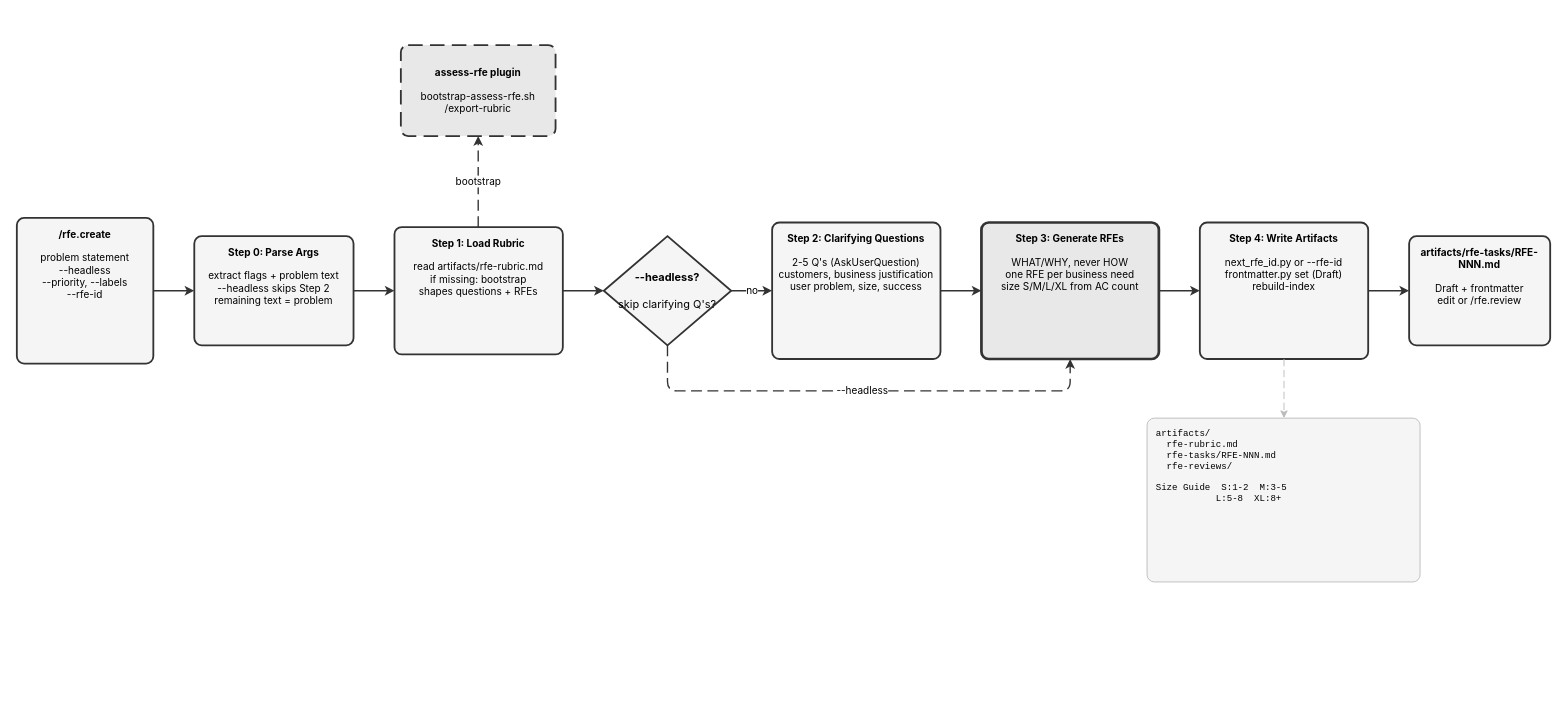
Earlier version of the draw.io diagram site/docs/plugins/rfe-creator/rfe.create.drawio (fege/skills-registry). Source tidied: cells renumbered, new cells numbered last; positions are measured from the earlier drawing's top-left corner, leaving out a move shared by most shapes. Both pictures are drawn from the tidied source at 91%, with x=0, y=0 at pixel (16, 45).
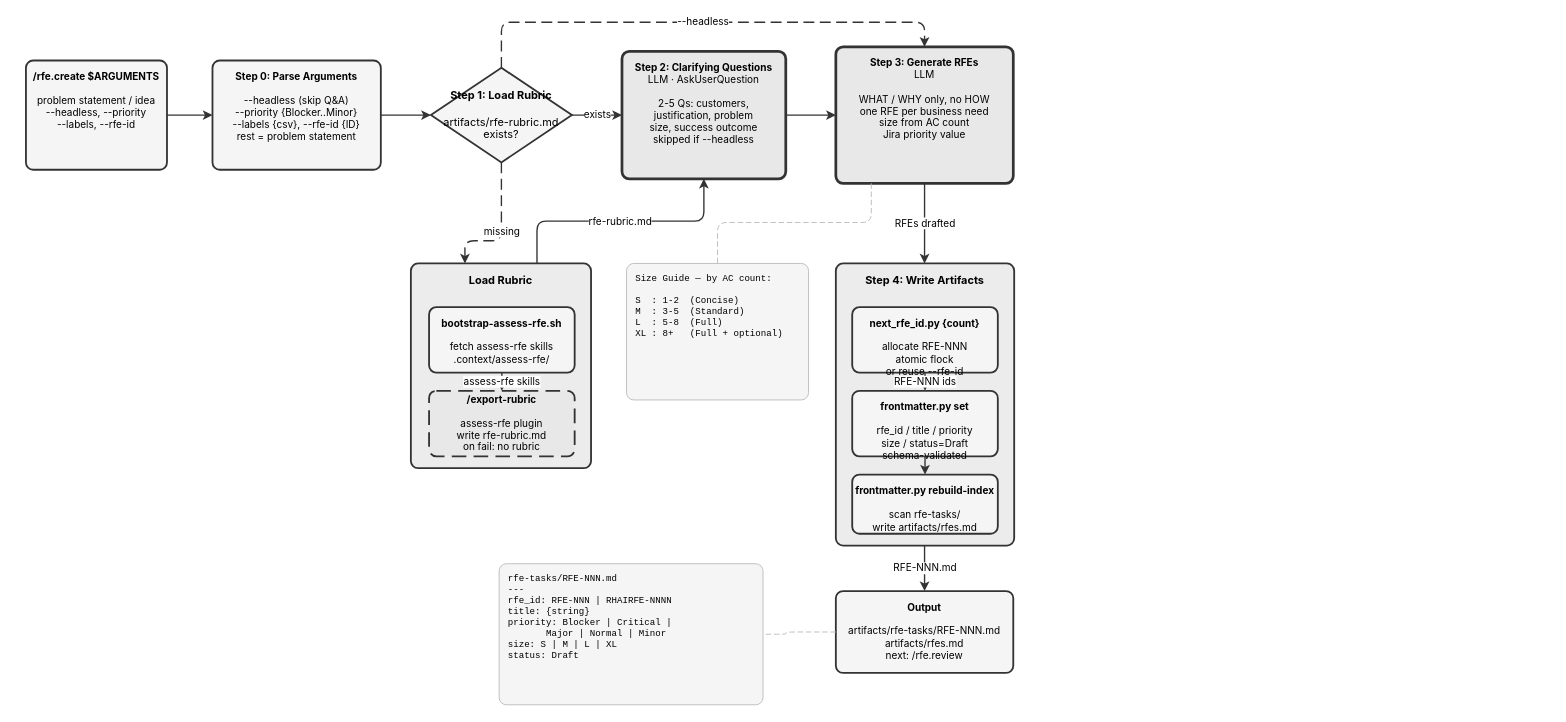
After the change.

Diff of the diagram source:
```diff
@@
-    <mxCell id="2" value="&lt;b&gt;/rfe.create&lt;/b&gt;&lt;br&gt;&lt;br&gt;problem statement&lt;br&gt;--headless&lt;br&gt;--priority, --labels&lt;br&gt;--rfe-id" style="rounded=1;whiteSpace=wrap;html=1;fillColor=#f5f5f5;strokeColor=#333333;strokeWidth=2;verticalAlign=top;spacingTop=5;fontSize=11;fontFamily=Inter,Helvetica,Arial,sans-serif;arcSize=16;absoluteArcSize=1;" parent="1" vertex="1">
-      <mxGeometry y="190" width="150" height="160" as="geometry" />
+    <mxCell id="2" value="&lt;b&gt;/rfe.create $ARGUMENTS&lt;/b&gt;&lt;br&gt;&lt;br&gt;problem statement / idea&lt;br&gt;--headless, --priority&lt;br&gt;--labels, --rfe-id" style="rounded=1;whiteSpace=wrap;html=1;fillColor=#f5f5f5;strokeColor=#333333;strokeWidth=2;verticalAlign=top;spacingTop=5;fontSize=11;fontFamily=Inter,Helvetica,Arial,sans-serif;arcSize=16;absoluteArcSize=1;" parent="1" vertex="1">
+      <mxGeometry x="10" y="17" width="155" height="120" as="geometry" />
     </mxCell>
-    <mxCell id="3" value="&lt;b&gt;Step 0: Parse Args&lt;/b&gt;&lt;br&gt;&lt;br&gt;extract flags + problem text&lt;br&gt;--headless skips Step 2&lt;br&gt;remaining text = problem" style="rounded=1;whiteSpace=wrap;html=1;fillColor=#f5f5f5;strokeColor=#333333;strokeWidth=2;verticalAlign=top;spacingTop=5;fontSize=11;fontFamily=Inter,Helvetica,Arial,sans-serif;arcSize=16;absoluteArcSize=1;" parent="1" vertex="1">
-      <mxGeometry x="195" y="210" width="175" height="120" as="geometry" />
-    </mxCell>
-    <mxCell id="4" value="&lt;b&gt;assess-rfe plugin&lt;/b&gt;&lt;br&gt;&lt;br&gt;bootstrap-assess-rfe.sh&lt;br&gt;/export-rubric" style="rounded=1;whiteSpace=wrap;html=1;fillColor=#e8e8e8;strokeColor=#333333;strokeWidth=2;dashed=1;dashPattern=8 4;verticalAlign=middle;fontSize=11;fontFamily=Inter,Helvetica,Arial,sans-serif;arcSize=16;absoluteArcSize=1;" parent="1" vertex="1">
-      <mxGeometry x="422" width="170" height="100" as="geometry" />
-    </mxCell>
-    <mxCell id="5" value="&lt;b&gt;Step 1: Load Rubric&lt;/b&gt;&lt;br&gt;&lt;br&gt;read artifacts/rfe-rubric.md&lt;br&gt;if missing: bootstrap&lt;br&gt;shapes questions + RFEs" style="rounded=1;whiteSpace=wrap;html=1;fillColor=#f5f5f5;strokeColor=#333333;strokeWidth=2;verticalAlign=top;spacingTop=5;fontSize=11;fontFamily=Inter,Helvetica,Arial,sans-serif;arcSize=16;absoluteArcSize=1;" parent="1" vertex="1">
-      <mxGeometry x="415" y="200" width="185" height="140" as="geometry" />
-    </mxCell>
-    <mxCell id="6" value="&lt;b&gt;--headless?&lt;/b&gt;&lt;br&gt;&lt;br&gt;skip clarifying Q's?" style="rhombus;whiteSpace=wrap;html=1;fillColor=#f5f5f5;strokeColor=#333333;strokeWidth=2;fontSize=12;fontFamily=Inter,Helvetica,Arial,sans-serif;" parent="1" vertex="1">
-      <mxGeometry x="645" y="210" width="140" height="120" as="geometry" />
-    </mxCell>
+    <mxCell id="22" value="&lt;b&gt;Step 0: Parse Arguments&lt;/b&gt;&lt;br&gt;&lt;br&gt;--headless (skip Q&amp;A)&lt;br&gt;--priority {Blocker..Minor}&lt;br&gt;--labels {csv}, --rfe-id {ID}&lt;br&gt;rest = problem statement" style="rounded=1;whiteSpace=wrap;html=1;fillColor=#f5f5f5;strokeColor=#333333;strokeWidth=2;verticalAlign=top;spacingTop=5;fontSize=11;fontFamily=Inter,Helvetica,Arial,sans-serif;arcSize=16;absoluteArcSize=1;" parent="1" vertex="1">
+      <mxGeometry x="215" y="17" width="185" height="120" as="geometry" />
+    </mxCell>
+    <mxCell id="23" value="&lt;b&gt;Step 1: Load Rubric&lt;/b&gt;&lt;br&gt;&lt;br&gt;artifacts/rfe-rubric.md&lt;br&gt;exists?" style="rhombus;whiteSpace=wrap;html=1;fillColor=#f5f5f5;strokeColor=#333333;strokeWidth=2;fontSize=12;fontFamily=Inter,Helvetica,Arial,sans-serif;" parent="1" vertex="1">
+      <mxGeometry x="455" y="25" width="155" height="104" as="geometry" />
+    </mxCell>
+    <mxCell id="24" value="&lt;b&gt;Load Rubric&lt;/b&gt;" style="rounded=1;whiteSpace=wrap;html=1;fillColor=#ececec;strokeColor=#333333;strokeWidth=2;verticalAlign=top;spacingTop=5;fontSize=12;fontStyle=1;fontFamily=Inter,Helvetica,Arial,sans-serif;arcSize=16;absoluteArcSize=1;" parent="1" vertex="1">
+      <mxGeometry x="433" y="240" width="198" height="225" as="geometry" />
+    </mxCell>
+    <mxCell id="25" value="&lt;b&gt;bootstrap-assess-rfe.sh&lt;/b&gt;&lt;br&gt;&lt;br&gt;fetch assess-rfe skills&lt;br&gt;.context/assess-rfe/" style="rounded=1;whiteSpace=wrap;html=1;fillColor=#f5f5f5;strokeColor=#333333;strokeWidth=2;verticalAlign=top;spacingTop=5;fontSize=11;fontFamily=Inter,Helvetica,Arial,sans-serif;arcSize=16;absoluteArcSize=1;" parent="24" vertex="1">
+      <mxGeometry x="20" y="48" width="160" height="72" as="geometry" />
+    </mxCell>
+    <mxCell id="26" value="&lt;b&gt;/export-rubric&lt;/b&gt;&lt;br&gt;&lt;br&gt;assess-rfe plugin&lt;br&gt;write rfe-rubric.md&lt;br&gt;on fail: no rubric" style="rounded=1;whiteSpace=wrap;html=1;fillColor=#e8e8e8;strokeColor=#333333;strokeWidth=2;dashed=1;dashPattern=8 4;verticalAlign=middle;fontSize=11;fontFamily=Inter,Helvetica,Arial,sans-serif;arcSize=16;absoluteArcSize=1;" parent="24" vertex="1">
+      <mxGeometry x="20" y="140" width="160" height="72" as="geometry" />
+    </mxCell>
-    <mxCell id="7" value="&lt;b&gt;Step 2: Clarifying Questions&lt;/b&gt;&lt;br&gt;&lt;br&gt;2-5 Q's (AskUserQuestion)&lt;br&gt;customers, business justification&lt;br&gt;user problem, size, success" style="rounded=1;whiteSpace=wrap;html=1;fillColor=#f5f5f5;strokeColor=#333333;strokeWidth=2;verticalAlign=top;spacingTop=5;fontSize=11;fontFamily=Inter,Helvetica,Arial,sans-serif;arcSize=16;absoluteArcSize=1;" parent="1" vertex="1">
-      <mxGeometry x="830" y="195" width="185" height="150" as="geometry" />
+    <mxCell id="7" value="&lt;b&gt;Step 2: Clarifying Questions&lt;/b&gt;&lt;br&gt;LLM · AskUserQuestion&lt;br&gt;&lt;br&gt;2-5 Qs: customers,&lt;br&gt;justification, problem&lt;br&gt;size, success outcome&lt;br&gt;skipped if --headless" style="rounded=1;whiteSpace=wrap;html=1;fillColor=#e8e8e8;strokeColor=#333333;strokeWidth=3;verticalAlign=top;spacingTop=5;fontSize=11;fontFamily=Inter,Helvetica,Arial,sans-serif;double=1;arcSize=16;absoluteArcSize=1;" parent="1" vertex="1">
+      <mxGeometry x="665" y="7" width="180" height="140" as="geometry" />
     </mxCell>
-    <mxCell id="8" value="&lt;b&gt;Step 3: Generate RFEs&lt;/b&gt;&lt;br&gt;&lt;br&gt;WHAT/WHY, never HOW&lt;br&gt;one RFE per business need&lt;br&gt;size S/M/L/XL from AC count" style="rounded=1;whiteSpace=wrap;html=1;fillColor=#e8e8e8;strokeColor=#333333;strokeWidth=3;verticalAlign=top;spacingTop=5;fontSize=11;fontFamily=Inter,Helvetica,Arial,sans-serif;double=1;arcSize=16;absoluteArcSize=1;" parent="1" vertex="1">
-      <mxGeometry x="1060" y="195" width="195" height="150" as="geometry" />
+    <mxCell id="8" value="&lt;b&gt;Step 3: Generate RFEs&lt;/b&gt;&lt;br&gt;LLM&lt;br&gt;&lt;br&gt;WHAT / WHY only, no HOW&lt;br&gt;one RFE per business need&lt;br&gt;size from AC count&lt;br&gt;Jira priority value" style="rounded=1;whiteSpace=wrap;html=1;fillColor=#e8e8e8;strokeColor=#333333;strokeWidth=3;verticalAlign=top;spacingTop=5;fontSize=11;fontFamily=Inter,Helvetica,Arial,sans-serif;double=1;arcSize=16;absoluteArcSize=1;" parent="1" vertex="1">
+      <mxGeometry x="900" y="2" width="195" height="150" as="geometry" />
     </mxCell>
-    <mxCell id="9" value="&lt;b&gt;Step 4: Write Artifacts&lt;/b&gt;&lt;br&gt;&lt;br&gt;next_rfe_id.py or --rfe-id&lt;br&gt;frontmatter.py set (Draft)&lt;br&gt;rebuild-index" style="rounded=1;whiteSpace=wrap;html=1;fillColor=#f5f5f5;strokeColor=#333333;strokeWidth=2;verticalAlign=top;spacingTop=5;fontSize=11;fontFamily=Inter,Helvetica,Arial,sans-serif;arcSize=16;absoluteArcSize=1;" parent="1" vertex="1">
-      <mxGeometry x="1300" y="195" width="185" height="150" as="geometry" />
-    </mxCell>
-    <mxCell id="10" value="&lt;b&gt;artifacts/rfe-tasks/RFE-NNN.md&lt;/b&gt;&lt;br&gt;&lt;br&gt;Draft + frontmatter&lt;br&gt;edit or /rfe.review" style="rounded=1;whiteSpace=wrap;html=1;fillColor=#f5f5f5;strokeColor=#333333;strokeWidth=2;verticalAlign=top;spacingTop=5;fontSize=11;fontFamily=Inter,Helvetica,Arial,sans-serif;arcSize=16;absoluteArcSize=1;" parent="1" vertex="1">
-      <mxGeometry x="1530" y="210" width="155" height="120" as="geometry" />
-    </mxCell>
-    <mxCell id="11" value="artifacts/&lt;br&gt;&amp;nbsp;&amp;nbsp;rfe-rubric.md&lt;br&gt;&amp;nbsp;&amp;nbsp;rfe-tasks/RFE-NNN.md&lt;br&gt;&amp;nbsp;&amp;nbsp;rfe-reviews/&lt;br&gt;&lt;br&gt;Size Guide&amp;nbsp;&amp;nbsp;S:1-2&amp;nbsp;&amp;nbsp;M:3-5&lt;br&gt;&amp;nbsp;&amp;nbsp;&amp;nbsp;&amp;nbsp;&amp;nbsp;&amp;nbsp;&amp;nbsp;&amp;nbsp;&amp;nbsp;&amp;nbsp;&amp;nbsp;L:5-8&amp;nbsp;&amp;nbsp;XL:8+" style="rounded=1;whiteSpace=wrap;html=1;fillColor=#f5f5f5;strokeColor=#bbbbbb;strokeWidth=1;verticalAlign=top;spacingTop=5;align=left;spacingLeft=8;fontSize=10;fontFamily=JetBrains Mono,Courier New,monospace;arcSize=16;absoluteArcSize=1;" parent="1" vertex="1">
-      <mxGeometry x="1242" y="410" width="300" height="180" as="geometry" />
-    </mxCell>
-    <mxCell id="12" style="edgeStyle=orthogonalEdgeStyle;rounded=1;strokeColor=#333333;strokeWidth=1.5;html=1;fontFamily=Inter,Helvetica,Arial,sans-serif;exitX=1.0;exitY=0.5;exitDx=0;exitDy=0;entryX=0.0;entryY=0.5;entryDx=0;entryDy=0;" parent="1" edge="1" source="2" target="3">
-      <mxGeometry relative="1" as="geometry" />
-    </mxCell>
-    <mxCell id="13" style="edgeStyle=orthogonalEdgeStyle;rounded=1;strokeColor=#333333;strokeWidth=1.5;html=1;fontFamily=Inter,Helvetica,Arial,sans-serif;exitX=1.0;exitY=0.5;exitDx=0;exitDy=0;entryX=0.0;entryY=0.5;entryDx=0;entryDy=0;" parent="1" edge="1" source="3" target="5">
-      <mxGeometry relative="1" as="geometry" />
-    </mxCell>
-    <mxCell id="14" value="bootstrap" style="edgeStyle=orthogonalEdgeStyle;rounded=1;strokeColor=#333333;strokeWidth=1.5;html=1;fontFamily=Inter,Helvetica,Arial,sans-serif;dashed=1;dashPattern=8 4;exitX=0.4972972972972973;exitY=0;exitDx=0;exitDy=0;entryX=0.5;entryY=1;entryDx=0;entryDy=0;" parent="1" edge="1" source="5" target="4">
-      <mxGeometry relative="1" as="geometry" />
-    </mxCell>
-    <mxCell id="15" style="edgeStyle=orthogonalEdgeStyle;rounded=1;strokeColor=#333333;strokeWidth=1.5;html=1;fontFamily=Inter,Helvetica,Arial,sans-serif;exitX=1.0;exitY=0.5;exitDx=0;exitDy=0;entryX=0.0;entryY=0.5;entryDx=0;entryDy=0;" parent="1" edge="1" source="5" target="6">
-      <mxGeometry relative="1" as="geometry" />
-    </mxCell>
-    <mxCell id="16" value="no" style="edgeStyle=orthogonalEdgeStyle;rounded=1;strokeColor=#333333;strokeWidth=1.5;html=1;fontFamily=Inter,Helvetica,Arial,sans-serif;exitX=1.0;exitY=0.5;exitDx=0;exitDy=0;entryX=0.0;entryY=0.5;entryDx=0;entryDy=0;" parent="1" edge="1" source="6" target="7">
-      <mxGeometry relative="1" as="geometry" />
-    </mxCell>
+    <mxCell id="27" value="&lt;b&gt;Step 4: Write Artifacts&lt;/b&gt;" style="rounded=1;whiteSpace=wrap;html=1;fillColor=#ececec;strokeColor=#333333;strokeWidth=2;verticalAlign=top;spacingTop=5;fontSize=12;fontStyle=1;fontFamily=Inter,Helvetica,Arial,sans-serif;arcSize=16;absoluteArcSize=1;" parent="1" vertex="1">
+      <mxGeometry x="900" y="240" width="196" height="310" as="geometry" />
+    </mxCell>
+    <mxCell id="28" value="&lt;b&gt;next_rfe_id.py {count}&lt;/b&gt;&lt;br&gt;&lt;br&gt;allocate RFE-NNN&lt;br&gt;atomic flock&lt;br&gt;or reuse --rfe-id" style="rounded=1;whiteSpace=wrap;html=1;fillColor=#f5f5f5;strokeColor=#333333;strokeWidth=2;verticalAlign=top;spacingTop=5;fontSize=11;fontFamily=Inter,Helvetica,Arial,sans-serif;arcSize=16;absoluteArcSize=1;" parent="27" vertex="1">
+      <mxGeometry x="18" y="48" width="160" height="72" as="geometry" />
+    </mxCell>
+    <mxCell id="29" value="&lt;b&gt;frontmatter.py set&lt;/b&gt;&lt;br&gt;&lt;br&gt;rfe_id / title / priority&lt;br&gt;size / status=Draft&lt;br&gt;schema-validated" style="rounded=1;whiteSpace=wrap;html=1;fillColor=#f5f5f5;strokeColor=#333333;strokeWidth=2;verticalAlign=top;spacingTop=5;fontSize=11;fontFamily=Inter,Helvetica,Arial,sans-serif;arcSize=16;absoluteArcSize=1;" parent="27" vertex="1">
+      <mxGeometry x="18" y="140" width="160" height="72" as="geometry" />
+    </mxCell>
+    <mxCell id="30" value="&lt;b&gt;frontmatter.py rebuild-index&lt;/b&gt;&lt;br&gt;&lt;br&gt;scan rfe-tasks/&lt;br&gt;write artifacts/rfes.md" style="rounded=1;whiteSpace=wrap;html=1;fillColor=#f5f5f5;strokeColor=#333333;strokeWidth=2;verticalAlign=top;spacingTop=5;fontSize=11;fontFamily=Inter,Helvetica,Arial,sans-serif;arcSize=16;absoluteArcSize=1;" parent="27" vertex="1">
+      <mxGeometry x="18" y="232" width="160" height="65" as="geometry" />
+    </mxCell>
+    <mxCell id="31" value="&lt;b&gt;Output&lt;/b&gt;&lt;br&gt;&lt;br&gt;artifacts/rfe-tasks/RFE-NNN.md&lt;br&gt;artifacts/rfes.md&lt;br&gt;next: /rfe.review" style="rounded=1;whiteSpace=wrap;html=1;fillColor=#f5f5f5;strokeColor=#333333;strokeWidth=2;verticalAlign=top;spacingTop=5;fontSize=11;fontFamily=Inter,Helvetica,Arial,sans-serif;arcSize=16;absoluteArcSize=1;" parent="1" vertex="1">
+      <mxGeometry x="900" y="600" width="195" height="90" as="geometry" />
+    </mxCell>
+    <mxCell id="32" value="Size Guide — by AC count:&lt;br&gt;&lt;br&gt;S&amp;nbsp;&amp;nbsp;: 1-2&amp;nbsp;&amp;nbsp;(Concise)&lt;br&gt;M&amp;nbsp;&amp;nbsp;: 3-5&amp;nbsp;&amp;nbsp;(Standard)&lt;br&gt;L&amp;nbsp;&amp;nbsp;: 5-8&amp;nbsp;&amp;nbsp;(Full)&lt;br&gt;XL : 8+&amp;nbsp;&amp;nbsp;&amp;nbsp;(Full + optional)" style="rounded=1;whiteSpace=wrap;html=1;fillColor=#f5f5f5;strokeColor=#bbbbbb;strokeWidth=1;verticalAlign=top;spacingTop=5;align=left;spacingLeft=8;fontSize=10;fontFamily=JetBrains Mono,Courier New,monospace;arcSize=16;absoluteArcSize=1;" parent="1" vertex="1">
+      <mxGeometry x="670" y="240" width="200" height="150" as="geometry" />
+    </mxCell>
+    <mxCell id="33" value="rfe-tasks/RFE-NNN.md&lt;br&gt;---&lt;br&gt;rfe_id: RFE-NNN | RHAIRFE-NNNN&lt;br&gt;title: {string}&lt;br&gt;priority: Blocker | Critical |&lt;br&gt;&amp;nbsp;&amp;nbsp;&amp;nbsp;&amp;nbsp;&amp;nbsp;&amp;nbsp;&amp;nbsp;Major | Normal | Minor&lt;br&gt;size: S | M | L | XL&lt;br&gt;status: Draft" style="rounded=1;whiteSpace=wrap;html=1;fillColor=#f5f5f5;strokeColor=#bbbbbb;strokeWidth=1;verticalAlign=top;spacingTop=5;align=left;spacingLeft=8;fontSize=10;fontFamily=JetBrains Mono,Courier New,monospace;arcSize=16;absoluteArcSize=1;" parent="1" vertex="1">
+      <mxGeometry x="530" y="570" width="290" height="155" as="geometry" />
+    </mxCell>
+    <mxCell id="34" style="edgeStyle=orthogonalEdgeStyle;rounded=1;strokeColor=#333333;strokeWidth=1.5;html=1;fontFamily=Inter,Helvetica,Arial,sans-serif;exitX=1;exitY=0.5;exitDx=0;exitDy=0;entryX=0;entryY=0.5;entryDx=0;entryDy=0;" parent="1" edge="1" source="2" target="22">
+      <mxGeometry relative="1" as="geometry" />
+    </mxCell>
+    <mxCell id="35" style="edgeStyle=orthogonalEdgeStyle;rounded=1;strokeColor=#333333;strokeWidth=1.5;html=1;fontFamily=Inter,Helvetica,Arial,sans-serif;exitX=1;exitY=0.5;exitDx=0;exitDy=0;entryX=0;entryY=0.5;entryDx=0;entryDy=0;" parent="1" edge="1" source="22" target="23">
+      <mxGeometry relative="1" as="geometry" />
+    </mxCell>
+    <mxCell id="36" value="exists" style="edgeStyle=orthogonalEdgeStyle;rounded=1;strokeColor=#333333;strokeWidth=1.5;html=1;fontFamily=Inter,Helvetica,Arial,sans-serif;exitX=1;exitY=0.5;exitDx=0;exitDy=0;entryX=0;entryY=0.5;entryDx=0;entryDy=0;" parent="1" edge="1" source="23" target="7">
+      <mxGeometry relative="1" as="geometry" />
+    </mxCell>
+    <mxCell id="18" style="edgeStyle=orthogonalEdgeStyle;rounded=1;strokeColor=#333333;strokeWidth=1.5;html=1;fontFamily=Inter,Helvetica,Arial,sans-serif;exitX=1;exitY=0.5;exitDx=0;exitDy=0;entryX=0;entryY=0.5;entryDx=0;entryDy=0;" parent="1" edge="1" source="7" target="8">
+      <mxGeometry relative="1" as="geometry" />
+    </mxCell>
+    <mxCell id="37" value="missing" style="edgeStyle=orthogonalEdgeStyle;rounded=1;strokeColor=#333333;strokeWidth=1.5;dashed=1;dashPattern=8 4;html=1;fontFamily=Inter,Helvetica,Arial,sans-serif;exitX=0.5;exitY=1;exitDx=0;exitDy=0;entryX=0.3;entryY=0;entryDx=0;entryDy=0;" parent="1" edge="1" source="23" target="24">
+      <mxGeometry relative="1" as="geometry">
+        <Array as="points">
+          <mxPoint x="532.5" y="215" />
+          <mxPoint x="492.4" y="215" />
+        </Array>
+      </mxGeometry>
+    </mxCell>
+    <mxCell id="38" value="rfe-rubric.md" style="edgeStyle=orthogonalEdgeStyle;rounded=1;strokeColor=#333333;strokeWidth=1.5;html=1;fontFamily=Inter,Helvetica,Arial,sans-serif;exitX=0.7;exitY=0;exitDx=0;exitDy=0;entryX=0.5;entryY=1;entryDx=0;entryDy=0;" parent="1" edge="1" source="24" target="7">
+      <mxGeometry relative="1" as="geometry" />
+    </mxCell>
-    <mxCell id="17" value="--headless" style="edgeStyle=orthogonalEdgeStyle;rounded=1;strokeColor=#333333;strokeWidth=1.5;html=1;fontFamily=Inter,Helvetica,Arial,sans-serif;dashed=1;dashPattern=8 4;exitX=0.5;exitY=1.0;exitDx=0;exitDy=0;entryX=0.5;entryY=1.0;entryDx=0;entryDy=0;" parent="1" edge="1" source="6" target="8">
+    <mxCell id="17" value="--headless" style="edgeStyle=orthogonalEdgeStyle;rounded=1;strokeColor=#333333;strokeWidth=1.5;dashed=1;dashPattern=8 4;html=1;fontFamily=Inter,Helvetica,Arial,sans-serif;exitX=0.5;exitY=0;exitDx=0;exitDy=0;entryX=0.5;entryY=0;entryDx=0;entryDy=0;" parent="1" edge="1" source="23" target="8">
       <mxGeometry relative="1" as="geometry">
         <Array as="points">
-          <mxPoint x="715" y="380" />
-          <mxPoint x="1157.5" y="380" />
+          <mxPoint x="532.5" y="-25" />
+          <mxPoint x="997.5" y="-25" />
         </Array>
       </mxGeometry>
     </mxCell>
-    <mxCell id="18" style="edgeStyle=orthogonalEdgeStyle;rounded=1;strokeColor=#333333;strokeWidth=1.5;html=1;fontFamily=Inter,Helvetica,Arial,sans-serif;exitX=1.0;exitY=0.5;exitDx=0;exitDy=0;entryX=0.0;entryY=0.5;entryDx=0;entryDy=0;" parent="1" edge="1" source="7" target="8">
-      <mxGeometry relative="1" as="geometry" />
-    </mxCell>
-    <mxCell id="19" style="edgeStyle=orthogonalEdgeStyle;rounded=1;strokeColor=#333333;strokeWidth=1.5;html=1;fontFamily=Inter,Helvetica,Arial,sans-serif;exitX=1.0;exitY=0.5;exitDx=0;exitDy=0;entryX=0.0;entryY=0.5;entryDx=0;entryDy=0;" parent="1" edge="1" source="8" target="9">
-      <mxGeometry relative="1" as="geometry" />
-    </mxCell>
-    <mxCell id="20" style="edgeStyle=orthogonalEdgeStyle;rounded=1;strokeColor=#333333;strokeWidth=1.5;html=1;fontFamily=Inter,Helvetica,Arial,sans-serif;exitX=1.0;exitY=0.5;exitDx=0;exitDy=0;entryX=0.0;entryY=0.5;entryDx=0;entryDy=0;" parent="1" edge="1" source="9" target="10">
-      <mxGeometry relative="1" as="geometry" />
-    </mxCell>
-    <mxCell id="21" style="edgeStyle=orthogonalEdgeStyle;rounded=1;strokeColor=#bbbbbb;strokeWidth=1;html=1;fontFamily=Inter,Helvetica,Arial,sans-serif;dashed=1;dashPattern=8 4;exitX=0.5;exitY=1;exitDx=0;exitDy=0;entryX=0.5016666666666667;entryY=0;entryDx=0;entryDy=0;" parent="1" edge="1" source="9" target="11">
-      <mxGeometry relative="1" as="geometry" />
-    </mxCell>
+    <mxCell id="39" value="assess-rfe skills" style="edgeStyle=orthogonalEdgeStyle;rounded=1;strokeColor=#333333;strokeWidth=1.5;html=1;fontFamily=Inter,Helvetica,Arial,sans-serif;exitX=0.5;exitY=1;exitDx=0;exitDy=0;entryX=0.5;entryY=0;entryDx=0;entryDy=0;" parent="1" edge="1" source="25" target="26">
+      <mxGeometry relative="1" as="geometry" />
+    </mxCell>
+    <mxCell id="40" value="RFEs drafted" style="edgeStyle=orthogonalEdgeStyle;rounded=1;strokeColor=#333333;strokeWidth=1.5;html=1;fontFamily=Inter,Helvetica,Arial,sans-serif;exitX=0.5;exitY=1;exitDx=0;exitDy=0;entryX=0.49744897959183676;entryY=0;entryDx=0;entryDy=0;" parent="1" edge="1" source="8" target="27">
+      <mxGeometry relative="1" as="geometry" />
+    </mxCell>
+    <mxCell id="41" value="RFE-NNN ids" style="edgeStyle=orthogonalEdgeStyle;rounded=1;strokeColor=#333333;strokeWidth=1.5;html=1;fontFamily=Inter,Helvetica,Arial,sans-serif;exitX=0.5;exitY=1;exitDx=0;exitDy=0;entryX=0.5;entryY=0;entryDx=0;entryDy=0;" parent="1" edge="1" source="28" target="29">
+      <mxGeometry relative="1" as="geometry" />
+    </mxCell>
+    <mxCell id="42" style="edgeStyle=orthogonalEdgeStyle;rounded=1;strokeColor=#333333;strokeWidth=1.5;html=1;fontFamily=Inter,Helvetica,Arial,sans-serif;exitX=0.5;exitY=1;exitDx=0;exitDy=0;entryX=0.5;entryY=0;entryDx=0;entryDy=0;" parent="1" edge="1" source="29" target="30">
+      <mxGeometry relative="1" as="geometry" />
+    </mxCell>
+    <mxCell id="43" value="RFE-NNN.md" style="edgeStyle=orthogonalEdgeStyle;rounded=1;strokeColor=#333333;strokeWidth=1.5;html=1;fontFamily=Inter,Helvetica,Arial,sans-serif;exitX=0.49744897959183676;exitY=1;exitDx=0;exitDy=0;entryX=0.5;entryY=0;entryDx=0;entryDy=0;" parent="1" edge="1" source="27" target="31">
+      <mxGeometry relative="1" as="geometry" />
+    </mxCell>
+    <mxCell id="44" style="edgeStyle=orthogonalEdgeStyle;rounded=1;strokeColor=#bbbbbb;strokeWidth=1;dashed=1;dashPattern=6 3;html=1;endArrow=none;exitX=0.2;exitY=1;exitDx=0;exitDy=0;entryX=0.5;entryY=0;entryDx=0;entryDy=0;" parent="1" edge="1" source="8" target="32">
+      <mxGeometry relative="1" as="geometry">
+        <Array as="points">
+          <mxPoint x="939" y="195" />
+          <mxPoint x="770" y="195" />
+        </Array>
+      </mxGeometry>
+    </mxCell>
+    <mxCell id="45" style="edgeStyle=orthogonalEdgeStyle;rounded=1;strokeColor=#bbbbbb;strokeWidth=1;dashed=1;dashPattern=6 3;html=1;endArrow=none;exitX=0;exitY=0.5;exitDx=0;exitDy=0;entryX=1;entryY=0.5;entryDx=0;entryDy=0;" parent="1" edge="1" source="31" target="33">
+      <mxGeometry relative="1" as="geometry">
+        <Array as="points">
+          <mxPoint x="845" y="645" />
+          <mxPoint x="845" y="647.5" />
+        </Array>
+      </mxGeometry>
+    </mxCell>
```
